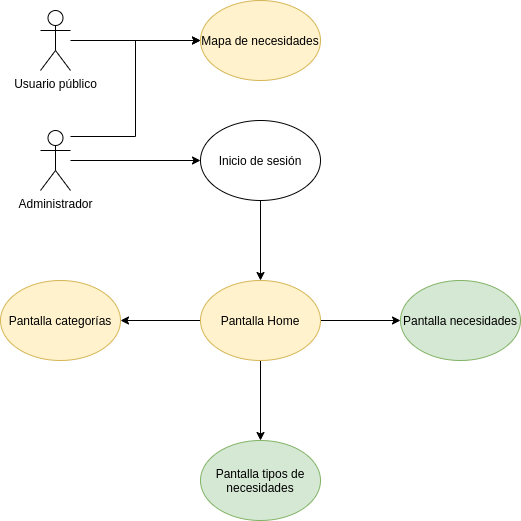
Above: assets/CasoDeUsoEntrega3.png in TTIP-UNQ-Team10/Mapping-Platform-Documentation (draw.io), before the change. Source tidied: cells renumbered, new cells last; positions are measured from the earlier drawing's top-left corner, leaving out a move shared by most shapes. Its diagram source:
```xml
<mxGraphModel>
  <root>
    <mxCell id="0" />
    <mxCell id="1" parent="0" />
    <mxCell id="2" style="edgeStyle=orthogonalEdgeStyle;rounded=0;jettySize=auto;html=1;entryX=0;entryY=0.5;entryDx=0;entryDy=0;" parent="1" edge="1" source="4" target="6">
      <mxGeometry relative="1" as="geometry" />
    </mxCell>
    <mxCell id="3" style="edgeStyle=orthogonalEdgeStyle;rounded=0;jettySize=auto;html=1;entryX=0;entryY=0.5;entryDx=0;entryDy=0;" parent="1" edge="1" target="15">
      <mxGeometry relative="1" as="geometry">
        <mxPoint x="70" y="136" as="sourcePoint" />
      </mxGeometry>
    </mxCell>
    <mxCell id="4" value="Administrador" style="shape=umlActor;verticalLabelPosition=bottom;labelBackgroundColor=#ffffff;verticalAlign=top;html=1;outlineConnect=0;" parent="1" vertex="1">
      <mxGeometry x="40" y="130" width="30" height="60" as="geometry" />
    </mxCell>
    <mxCell id="5" style="edgeStyle=orthogonalEdgeStyle;rounded=0;jettySize=auto;html=1;" parent="1" edge="1" source="6" target="10">
      <mxGeometry relative="1" as="geometry" />
    </mxCell>
    <mxCell id="6" value="Inicio de sesión" style="ellipse;whiteSpace=wrap;html=1;" parent="1" vertex="1">
      <mxGeometry x="200" y="120" width="120" height="80" as="geometry" />
    </mxCell>
    <mxCell id="7" style="edgeStyle=orthogonalEdgeStyle;rounded=0;jettySize=auto;html=1;" parent="1" edge="1" source="10" target="11">
      <mxGeometry relative="1" as="geometry" />
    </mxCell>
    <mxCell id="8" style="edgeStyle=orthogonalEdgeStyle;rounded=0;jettySize=auto;html=1;" parent="1" edge="1" source="10" target="12">
      <mxGeometry relative="1" as="geometry" />
    </mxCell>
    <mxCell id="9" style="edgeStyle=orthogonalEdgeStyle;rounded=0;jettySize=auto;html=1;exitX=0.5;exitY=1;exitDx=0;exitDy=0;entryX=0.5;entryY=0;entryDx=0;entryDy=0;" parent="1" edge="1" source="10" target="16">
      <mxGeometry relative="1" as="geometry" />
    </mxCell>
    <mxCell id="10" value="Pantalla Home" style="ellipse;whiteSpace=wrap;html=1;fillColor=#fff2cc;strokeColor=#d6b656;" parent="1" vertex="1">
      <mxGeometry x="200" y="280" width="120" height="80" as="geometry" />
    </mxCell>
    <mxCell id="11" value="Pantalla categorías" style="ellipse;whiteSpace=wrap;html=1;fillColor=#fff2cc;strokeColor=#d6b656;" parent="1" vertex="1">
      <mxGeometry y="280" width="120" height="80" as="geometry" />
    </mxCell>
    <mxCell id="12" value="Pantalla necesidades" style="ellipse;whiteSpace=wrap;html=1;fillColor=#d5e8d4;strokeColor=#82b366;" parent="1" vertex="1">
      <mxGeometry x="400" y="280" width="120" height="80" as="geometry" />
    </mxCell>
    <mxCell id="13" style="edgeStyle=orthogonalEdgeStyle;rounded=0;jettySize=auto;html=1;entryX=0;entryY=0.5;entryDx=0;entryDy=0;" parent="1" edge="1" source="14" target="15">
      <mxGeometry relative="1" as="geometry" />
    </mxCell>
    <mxCell id="14" value="Usuario público" style="shape=umlActor;verticalLabelPosition=bottom;labelBackgroundColor=#ffffff;verticalAlign=top;html=1;outlineConnect=0;" parent="1" vertex="1">
      <mxGeometry x="40" y="10" width="30" height="60" as="geometry" />
    </mxCell>
    <mxCell id="15" value="Mapa de necesidades" style="ellipse;whiteSpace=wrap;html=1;fillColor=#fff2cc;strokeColor=#d6b656;" parent="1" vertex="1">
      <mxGeometry x="200" width="120" height="80" as="geometry" />
    </mxCell>
    <mxCell id="16" value="Pantalla tipos de necesidades" style="ellipse;whiteSpace=wrap;html=1;fillColor=#d5e8d4;strokeColor=#82b366;" parent="1" vertex="1">
      <mxGeometry x="200" y="440" width="120" height="80" as="geometry" />
    </mxCell>
  </root>
</mxGraphModel>
```
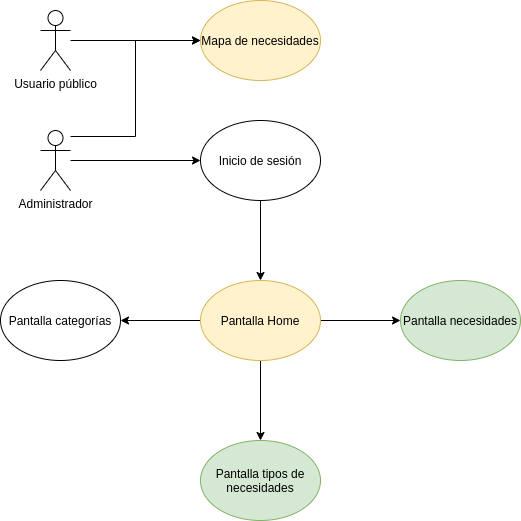
Later version of the same file.

Commit message:
Modify use case diagram from iteration 3

What changed in the source:
```diff
@@ -31,7 +31,7 @@
     <mxCell id="10" value="Pantalla Home" style="ellipse;whiteSpace=wrap;html=1;fillColor=#fff2cc;strokeColor=#d6b656;" parent="1" vertex="1">
       <mxGeometry x="200" y="280" width="120" height="80" as="geometry" />
     </mxCell>
-    <mxCell id="11" value="Pantalla categorías" style="ellipse;whiteSpace=wrap;html=1;fillColor=#fff2cc;strokeColor=#d6b656;" parent="1" vertex="1">
+    <mxCell id="11" value="Pantalla categorías" style="ellipse;whiteSpace=wrap;html=1;" parent="1" vertex="1">
       <mxGeometry y="280" width="120" height="80" as="geometry" />
     </mxCell>
     <mxCell id="12" value="Pantalla necesidades" style="ellipse;whiteSpace=wrap;html=1;fillColor=#d5e8d4;strokeColor=#82b366;" parent="1" vertex="1">
```
